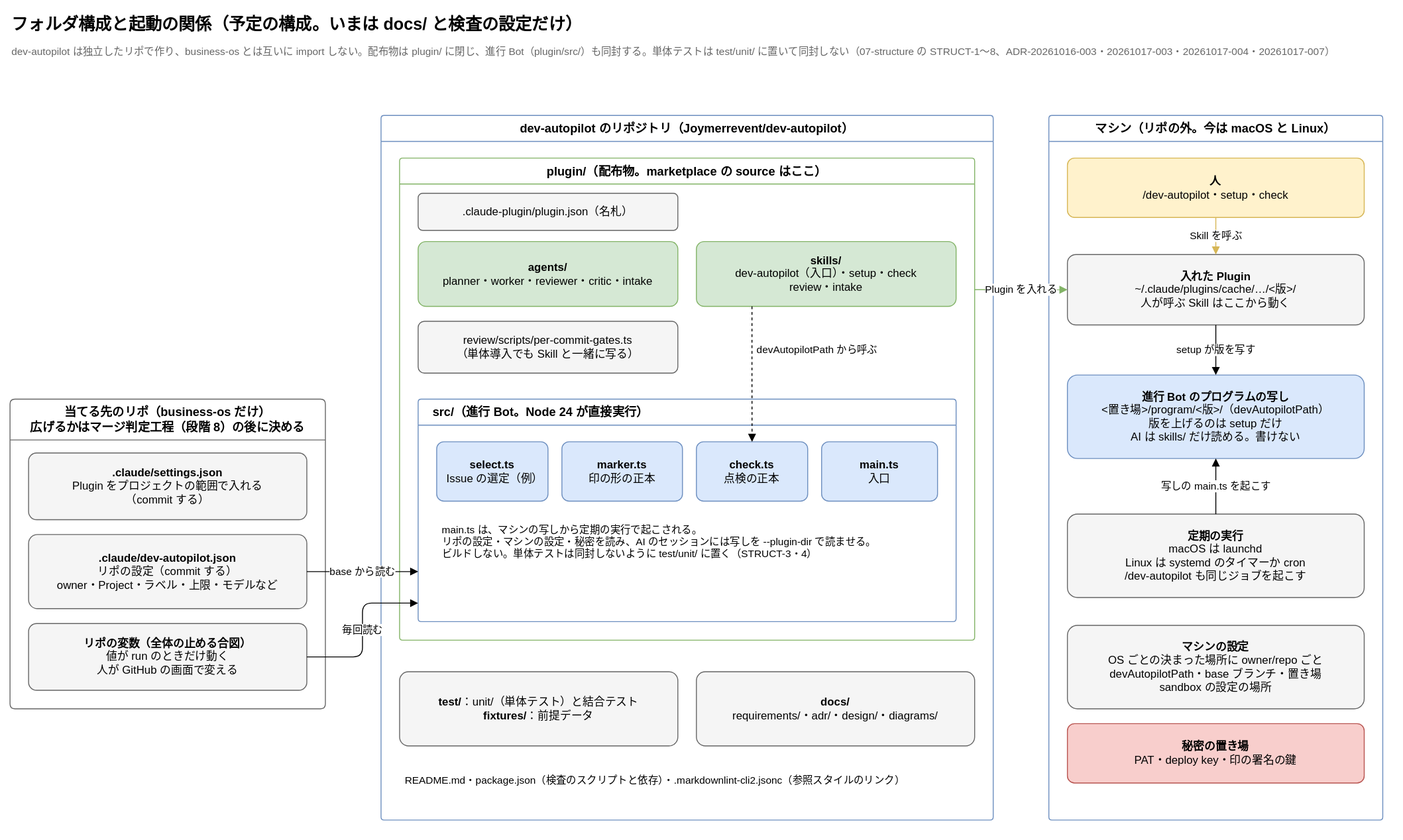
Before: docs/diagrams/structure.drawio.svg, a diagram exported from draw.io (Joymerrevent/dev-autopilot). Source tidied: cells renumbered, new cells last; positions are measured from the earlier drawing's top-left corner, leaving out a move shared by most shapes.
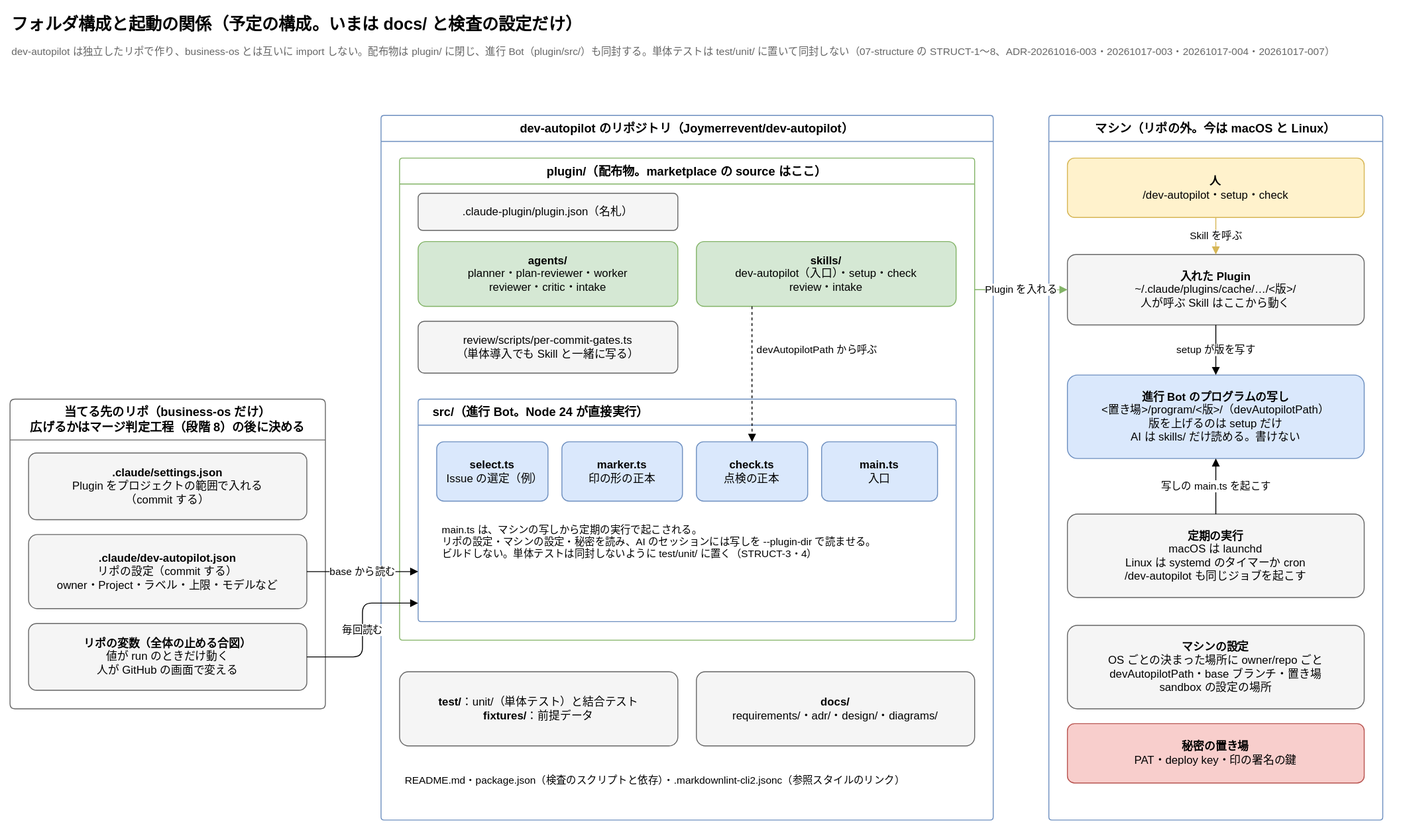
Above is the later version.

Commit message:
docs: 要件の構成に、計画のレビュー用のエージェント定義 plan-reviewer.md を足す

計画のレビューは、計画 AI と同じく読むだけの道具で動かす決まり（IMPL-10、
ADR-20261018-004）だが、レビュー AI のエージェント定義 reviewer.md は Bash を持つ。
役はレビュー AI のまま、読むだけの道具のエージェント定義を分ける。

- 07-structure：plugin/agents/ の一覧に plan-reviewer.md を足す
- フォルダ構成と起動の図：agents/ の箱に plan-reviewer を足す（大きさは変わらない）

Claude-Session: https://claude.ai/code/session_01D2kLkcEcZNwH8m2GL2g2Lt

What changed in the source:
```diff
@@ -29,7 +29,7 @@
     <mxCell id="10" value=".claude-plugin/plugin.json（名札）" style="rounded=1;whiteSpace=wrap;html=1;fontSize=12;arcSize=12;fillColor=#f5f5f5;strokeColor=#666666;spacing=12;" parent="9" vertex="1">
       <mxGeometry x="20" y="38" width="280" height="40" as="geometry" />
     </mxCell>
-    <mxCell id="11" value="&lt;b&gt;agents/&lt;/b&gt;&lt;br&gt;planner・worker・reviewer・critic・intake" style="rounded=1;whiteSpace=wrap;html=1;fontSize=12;arcSize=12;fillColor=#d5e8d4;strokeColor=#82b366;spacing=12;" parent="9" vertex="1">
+    <mxCell id="11" value="&lt;b&gt;agents/&lt;/b&gt;&lt;br&gt;planner・plan-reviewer・worker&lt;br&gt;reviewer・critic・intake" style="rounded=1;whiteSpace=wrap;html=1;fontSize=12;arcSize=12;fillColor=#d5e8d4;strokeColor=#82b366;spacing=12;" parent="9" vertex="1">
       <mxGeometry x="20" y="90" width="280" height="70" as="geometry" />
     </mxCell>
     <mxCell id="12" value="&lt;b&gt;skills/&lt;/b&gt;&lt;br&gt;dev-autopilot（入口）・setup・check&lt;br&gt;review・intake" style="rounded=1;whiteSpace=wrap;html=1;fontSize=12;arcSize=12;fillColor=#d5e8d4;strokeColor=#82b366;spacing=12;" parent="9" vertex="1">
```
